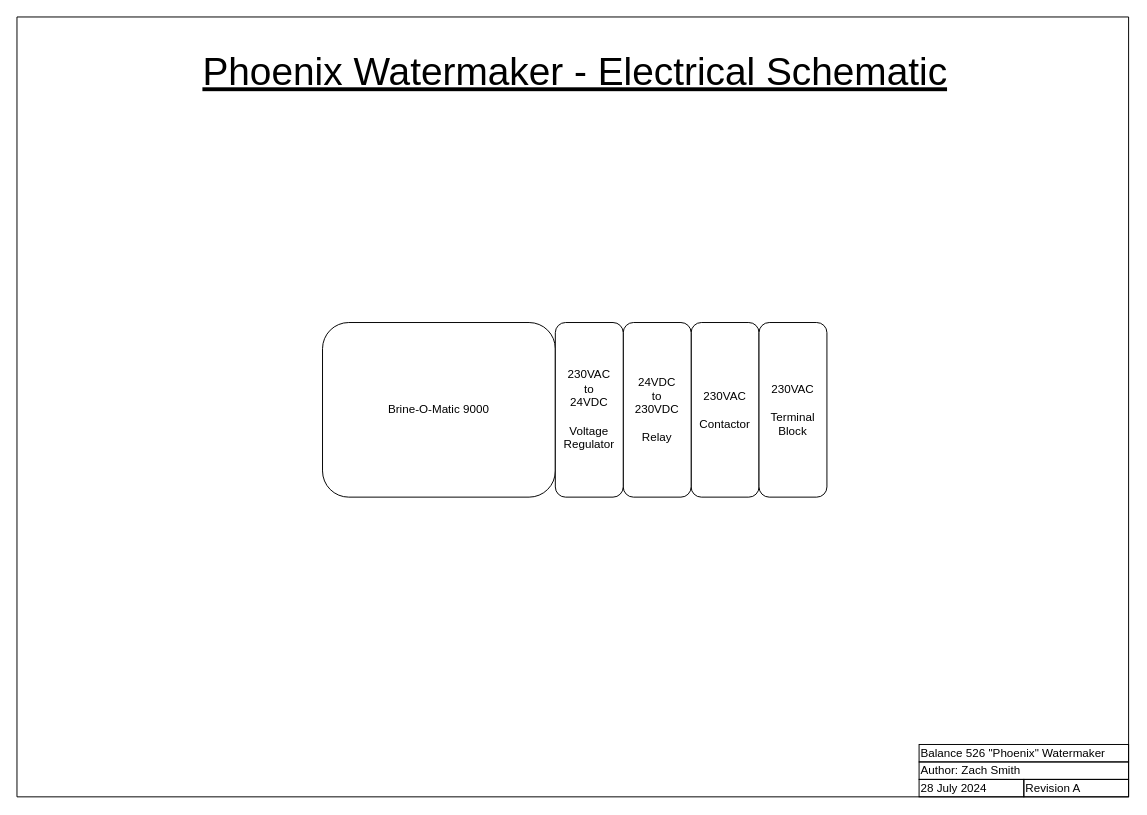
Before: page "Phoenix Electrical" (5 of 5) of Brine-o-Matic 9000.drawio in hoeken/brineomatic, a draw.io diagram. Source tidied: cells renumbered, new cells numbered last; positions are measured from the earlier drawing's top-left corner, leaving out a move shared by most shapes. Both pictures are drawn from the tidied source at 97%, with x=0, y=0 at pixel (16, 16).
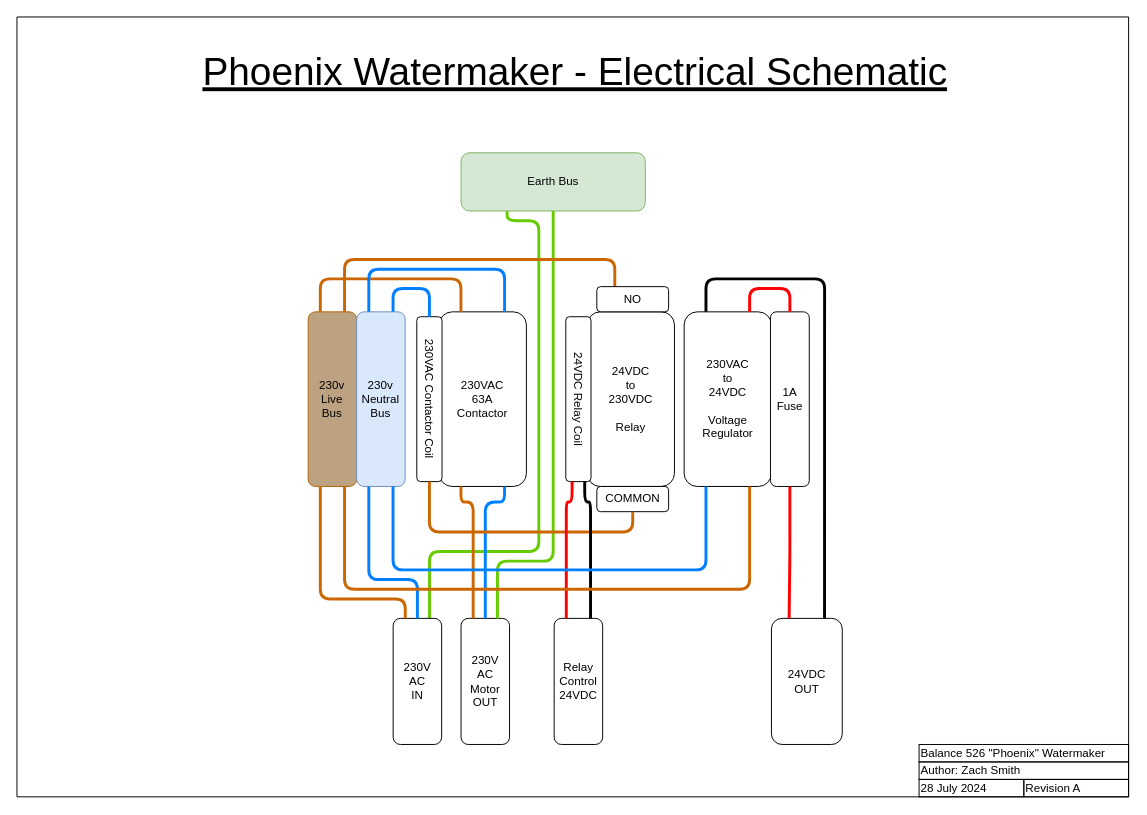
The same diagram, later.

Commit message (it also covers changes not shown here):
updated power wiring schematic

Diff of the diagram source:
```diff
@@
+    <mxCell id="16" style="endArrow=none;html=1;rounded=1;strokeWidth=3;exitX=0.75;exitY=0;exitDx=0;exitDy=0;entryX=0.25;entryY=1;entryDx=0;entryDy=0;edgeStyle=orthogonalEdgeStyle;strokeColor=#66CC00;" parent="1" edge="1" source="20" target="21">
+      <mxGeometry relative="1" as="geometry">
+        <Array as="points">
+          <mxPoint x="425" y="551" />
+          <mxPoint x="538" y="551" />
+          <mxPoint x="538" y="210" />
+          <mxPoint x="505" y="210" />
+        </Array>
+      </mxGeometry>
+    </mxCell>
-    <mxCell id="2" value="230VAC&lt;br&gt;&lt;br&gt;Contactor" style="rounded=1;whiteSpace=wrap;html=1;" parent="1" vertex="1">
-      <mxGeometry x="695" y="315" width="70" height="180" as="geometry" />
+    <mxCell id="2" value="230VAC&lt;br&gt;63A&lt;br&gt;Contactor" style="rounded=1;whiteSpace=wrap;html=1;" parent="1" vertex="1">
+      <mxGeometry x="435.2" y="304" width="90" height="180" as="geometry" />
     </mxCell>
     <mxCell id="3" value="24VDC&lt;br&gt;to&lt;br&gt;230VDC&lt;br&gt;&lt;br&gt;Relay" style="rounded=1;whiteSpace=wrap;html=1;" parent="1" vertex="1">
-      <mxGeometry x="625" y="315" width="70" height="180" as="geometry" />
+      <mxGeometry x="587.8" y="304" width="90" height="180" as="geometry" />
     </mxCell>
-    <mxCell id="4" value="230VAC&lt;br&gt;&lt;br&gt;Terminal&lt;br&gt;Block" style="rounded=1;whiteSpace=wrap;html=1;" parent="1" vertex="1">
-      <mxGeometry x="765" y="315" width="70" height="180" as="geometry" />
-    </mxCell>
-    <mxCell id="5" value="Brine-O-Matic 9000" style="rounded=1;whiteSpace=wrap;html=1;" parent="1" vertex="1">
-      <mxGeometry x="315" y="315" width="240" height="180" as="geometry" />
-    </mxCell>
     <mxCell id="6" value="230VAC&lt;br&gt;to&lt;br&gt;24VDC&lt;br&gt;&lt;br&gt;Voltage Regulator" style="rounded=1;whiteSpace=wrap;html=1;" parent="1" vertex="1">
-      <mxGeometry x="555" y="315" width="70" height="180" as="geometry" />
+      <mxGeometry x="687.8" y="304" width="90" height="180" as="geometry" />
     </mxCell>
@@
+    <mxCell id="17" value="230v&lt;br&gt;Live&lt;br&gt;Bus" style="rounded=1;whiteSpace=wrap;html=1;fillColor=#BDA282;strokeColor=#b46504;" parent="1" vertex="1">
+      <mxGeometry x="300.2" y="304" width="50" height="180" as="geometry" />
+    </mxCell>
+    <mxCell id="18" value="230v&lt;br&gt;Neutral&lt;br&gt;Bus" style="rounded=1;whiteSpace=wrap;html=1;fillColor=#dae8fc;strokeColor=#6c8ebf;" parent="1" vertex="1">
+      <mxGeometry x="350.2" y="304" width="50" height="180" as="geometry" />
+    </mxCell>
+    <mxCell id="19" value="1A Fuse" style="rounded=1;whiteSpace=wrap;html=1;" parent="1" vertex="1">
+      <mxGeometry x="776.8" y="304" width="40" height="180" as="geometry" />
+    </mxCell>
+    <mxCell id="20" value="230V&lt;br&gt;AC&lt;br&gt;IN" style="rounded=1;whiteSpace=wrap;html=1;" parent="1" vertex="1">
+      <mxGeometry x="387.8" y="620" width="50" height="130" as="geometry" />
+    </mxCell>
+    <mxCell id="21" value="Earth Bus" style="rounded=1;whiteSpace=wrap;html=1;fillColor=#d5e8d4;strokeColor=#82b366;" parent="1" vertex="1">
+      <mxGeometry x="457.8" y="140" width="190" height="60" as="geometry" />
+    </mxCell>
+    <mxCell id="22" value="230V&lt;br&gt;AC&lt;br&gt;Motor&lt;br&gt;OUT" style="rounded=1;whiteSpace=wrap;html=1;" parent="1" vertex="1">
+      <mxGeometry x="457.8" y="620" width="50" height="130" as="geometry" />
+    </mxCell>
+    <mxCell id="23" value="230VAC Contactor Coil" style="rounded=1;whiteSpace=wrap;html=1;rotation=90;" parent="1" vertex="1">
+      <mxGeometry x="340.2" y="381" width="170" height="26" as="geometry" />
+    </mxCell>
+    <mxCell id="24" value="24VDC Relay Coil" style="rounded=1;whiteSpace=wrap;html=1;rotation=90;" parent="1" vertex="1">
+      <mxGeometry x="493.8" y="381" width="170" height="26" as="geometry" />
+    </mxCell>
+    <mxCell id="25" value="Relay&lt;br&gt;Control&lt;br&gt;24VDC" style="rounded=1;whiteSpace=wrap;html=1;" parent="1" vertex="1">
+      <mxGeometry x="553.8" y="620" width="50" height="130" as="geometry" />
+    </mxCell>
+    <mxCell id="26" value="24VDC&lt;br&gt;OUT" style="rounded=1;whiteSpace=wrap;html=1;" parent="1" vertex="1">
+      <mxGeometry x="777.8" y="620" width="73" height="130" as="geometry" />
+    </mxCell>
+    <mxCell id="27" style="endArrow=none;html=1;rounded=1;strokeWidth=3;exitX=0.25;exitY=0;exitDx=0;exitDy=0;entryX=0.25;entryY=1;entryDx=0;entryDy=0;edgeStyle=orthogonalEdgeStyle;strokeColor=#CC6600;" parent="1" edge="1" source="20" target="17">
+      <mxGeometry relative="1" as="geometry">
+        <Array as="points">
+          <mxPoint x="400.8" y="600" />
+          <mxPoint x="312.8" y="600" />
+        </Array>
+      </mxGeometry>
+    </mxCell>
+    <mxCell id="28" style="endArrow=none;html=1;rounded=1;strokeWidth=3;exitX=0.5;exitY=0;exitDx=0;exitDy=0;entryX=0.25;entryY=1;entryDx=0;entryDy=0;edgeStyle=orthogonalEdgeStyle;strokeColor=#007FFF;" parent="1" edge="1" source="20" target="18">
+      <mxGeometry relative="1" as="geometry">
+        <Array as="points">
+          <mxPoint x="412.8" y="580" />
+          <mxPoint x="362.8" y="580" />
+        </Array>
+      </mxGeometry>
+    </mxCell>
+    <mxCell id="29" style="endArrow=none;html=1;rounded=1;strokeWidth=3;exitX=0.75;exitY=0;exitDx=0;exitDy=0;entryX=0.5;entryY=1;entryDx=0;entryDy=0;edgeStyle=orthogonalEdgeStyle;strokeColor=#66CC00;" parent="1" edge="1" source="22" target="21">
+      <mxGeometry relative="1" as="geometry">
+        <Array as="points">
+          <mxPoint x="495" y="561" />
+          <mxPoint x="553" y="561" />
+        </Array>
+      </mxGeometry>
+    </mxCell>
+    <mxCell id="30" style="endArrow=none;html=1;rounded=1;strokeWidth=3;exitX=0.5;exitY=0;exitDx=0;exitDy=0;entryX=0.75;entryY=1;entryDx=0;entryDy=0;edgeStyle=orthogonalEdgeStyle;strokeColor=#007FFF;" parent="1" edge="1" source="22" target="2">
+      <mxGeometry relative="1" as="geometry">
+        <Array as="points">
+          <mxPoint x="482.8" y="500" />
+          <mxPoint x="502.8" y="500" />
+        </Array>
+      </mxGeometry>
+    </mxCell>
+    <mxCell id="31" style="endArrow=none;html=1;rounded=1;strokeWidth=3;exitX=0.25;exitY=0;exitDx=0;exitDy=0;entryX=0.25;entryY=1;entryDx=0;entryDy=0;edgeStyle=orthogonalEdgeStyle;strokeColor=#CC6600;" parent="1" edge="1" source="22" target="2">
+      <mxGeometry relative="1" as="geometry">
+        <Array as="points">
+          <mxPoint x="469.8" y="500" />
+          <mxPoint x="457.8" y="500" />
+        </Array>
+      </mxGeometry>
+    </mxCell>
+    <mxCell id="32" style="endArrow=none;html=1;rounded=1;strokeWidth=3;exitX=0.25;exitY=0;exitDx=0;exitDy=0;entryX=0.25;entryY=0;entryDx=0;entryDy=0;edgeStyle=orthogonalEdgeStyle;strokeColor=#CC6600;" parent="1" edge="1" source="2" target="17">
+      <mxGeometry relative="1" as="geometry">
+        <Array as="points">
+          <mxPoint x="457.8" y="270" />
+          <mxPoint x="312.8" y="270" />
+        </Array>
+      </mxGeometry>
+    </mxCell>
+    <mxCell id="33" style="endArrow=none;html=1;rounded=1;strokeWidth=3;exitX=0.75;exitY=0;exitDx=0;exitDy=0;entryX=0.25;entryY=0;entryDx=0;entryDy=0;edgeStyle=orthogonalEdgeStyle;strokeColor=#007FFF;" parent="1" edge="1" source="2" target="18">
+      <mxGeometry relative="1" as="geometry">
+        <Array as="points">
+          <mxPoint x="502.8" y="260" />
+          <mxPoint x="362.8" y="260" />
+        </Array>
+      </mxGeometry>
+    </mxCell>
+    <mxCell id="34" style="endArrow=none;html=1;rounded=1;strokeWidth=3;exitX=0.25;exitY=0;exitDx=0;exitDy=0;entryX=0.75;entryY=0;entryDx=0;entryDy=0;edgeStyle=orthogonalEdgeStyle;strokeColor=#CC6600;" parent="1" edge="1" source="35" target="17">
+      <mxGeometry relative="1" as="geometry">
+        <Array as="points">
+          <mxPoint x="616.8" y="250" />
+          <mxPoint x="337.8" y="250" />
+        </Array>
+      </mxGeometry>
+    </mxCell>
+    <mxCell id="35" value="NO" style="rounded=1;whiteSpace=wrap;html=1;rotation=0;" parent="1" vertex="1">
+      <mxGeometry x="597.8" y="278" width="74" height="26" as="geometry" />
+    </mxCell>
+    <mxCell id="36" value="COMMON" style="rounded=1;whiteSpace=wrap;html=1;rotation=0;" parent="1" vertex="1">
+      <mxGeometry x="597.8" y="484" width="74" height="26" as="geometry" />
+    </mxCell>
+    <mxCell id="37" style="endArrow=none;html=1;rounded=1;strokeWidth=3;exitX=0;exitY=0.5;exitDx=0;exitDy=0;entryX=0.75;entryY=0;entryDx=0;entryDy=0;edgeStyle=orthogonalEdgeStyle;strokeColor=#007FFF;" parent="1" edge="1" source="23" target="18">
+      <mxGeometry relative="1" as="geometry">
+        <Array as="points">
+          <mxPoint x="424.8" y="280" />
+          <mxPoint x="387.8" y="280" />
+        </Array>
+      </mxGeometry>
+    </mxCell>
+    <mxCell id="38" style="endArrow=none;html=1;rounded=1;strokeWidth=3;exitX=0.5;exitY=1;exitDx=0;exitDy=0;entryX=1;entryY=0.5;entryDx=0;entryDy=0;edgeStyle=orthogonalEdgeStyle;strokeColor=#CC6600;" parent="1" edge="1" source="36" target="23">
+      <mxGeometry relative="1" as="geometry">
+        <Array as="points">
+          <mxPoint x="635" y="531" />
+          <mxPoint x="426" y="531" />
+          <mxPoint x="426" y="479" />
+        </Array>
+      </mxGeometry>
+    </mxCell>
+    <mxCell id="39" style="endArrow=none;html=1;rounded=1;strokeWidth=3;exitX=1;exitY=0.75;exitDx=0;exitDy=0;entryX=0.25;entryY=0;entryDx=0;entryDy=0;edgeStyle=orthogonalEdgeStyle;strokeColor=#FF0000;" parent="1" edge="1" source="24" target="25">
+      <mxGeometry relative="1" as="geometry">
+        <Array as="points">
+          <mxPoint x="571.8" y="500" />
+          <mxPoint x="566.8" y="500" />
+        </Array>
+      </mxGeometry>
+    </mxCell>
+    <mxCell id="40" style="endArrow=none;html=1;rounded=1;strokeWidth=3;exitX=1;exitY=0.25;exitDx=0;exitDy=0;entryX=0.75;entryY=0;entryDx=0;entryDy=0;edgeStyle=orthogonalEdgeStyle;strokeColor=#000000;" parent="1" edge="1" source="24" target="25">
+      <mxGeometry relative="1" as="geometry">
+        <Array as="points">
+          <mxPoint x="585.8" y="500" />
+          <mxPoint x="591.8" y="500" />
+        </Array>
+      </mxGeometry>
+    </mxCell>
+    <mxCell id="41" style="endArrow=none;html=1;rounded=1;strokeWidth=3;exitX=0.75;exitY=1;exitDx=0;exitDy=0;edgeStyle=orthogonalEdgeStyle;strokeColor=#CC6600;entryX=0.75;entryY=1;entryDx=0;entryDy=0;" parent="1" edge="1" source="6" target="17">
+      <mxGeometry relative="1" as="geometry">
+        <Array as="points">
+          <mxPoint x="754.8" y="590" />
+          <mxPoint x="337.8" y="590" />
+        </Array>
+      </mxGeometry>
+    </mxCell>
+    <mxCell id="42" style="endArrow=none;html=1;rounded=1;strokeWidth=3;exitX=0.25;exitY=1;exitDx=0;exitDy=0;entryX=0.75;entryY=1;entryDx=0;entryDy=0;edgeStyle=orthogonalEdgeStyle;strokeColor=#007FFF;" parent="1" edge="1" source="6" target="18">
+      <mxGeometry relative="1" as="geometry">
+        <Array as="points">
+          <mxPoint x="710.8" y="570" />
+          <mxPoint x="387.8" y="570" />
+        </Array>
+      </mxGeometry>
+    </mxCell>
+    <mxCell id="43" style="endArrow=none;html=1;rounded=1;strokeWidth=3;exitX=0.75;exitY=0;exitDx=0;exitDy=0;entryX=0.25;entryY=0;entryDx=0;entryDy=0;edgeStyle=orthogonalEdgeStyle;strokeColor=#000000;" parent="1" edge="1" source="26" target="6">
+      <mxGeometry relative="1" as="geometry">
+        <Array as="points">
+          <mxPoint x="832.8" y="270" />
+          <mxPoint x="710.8" y="270" />
+        </Array>
+      </mxGeometry>
+    </mxCell>
+    <mxCell id="44" style="endArrow=none;html=1;rounded=1;strokeWidth=3;exitX=0.5;exitY=1;exitDx=0;exitDy=0;entryX=0.25;entryY=0;entryDx=0;entryDy=0;edgeStyle=orthogonalEdgeStyle;strokeColor=#FF0000;" parent="1" edge="1" source="19" target="26">
+      <mxGeometry relative="1" as="geometry" />
+    </mxCell>
+    <mxCell id="45" style="endArrow=none;html=1;rounded=1;strokeWidth=3;exitX=0.75;exitY=0;exitDx=0;exitDy=0;entryX=0.5;entryY=0;entryDx=0;entryDy=0;edgeStyle=orthogonalEdgeStyle;strokeColor=#FF0000;" parent="1" edge="1" source="6" target="19">
+      <mxGeometry relative="1" as="geometry">
+        <Array as="points">
+          <mxPoint x="754.8" y="280" />
+          <mxPoint x="796.8" y="280" />
+        </Array>
+      </mxGeometry>
+    </mxCell>
```
